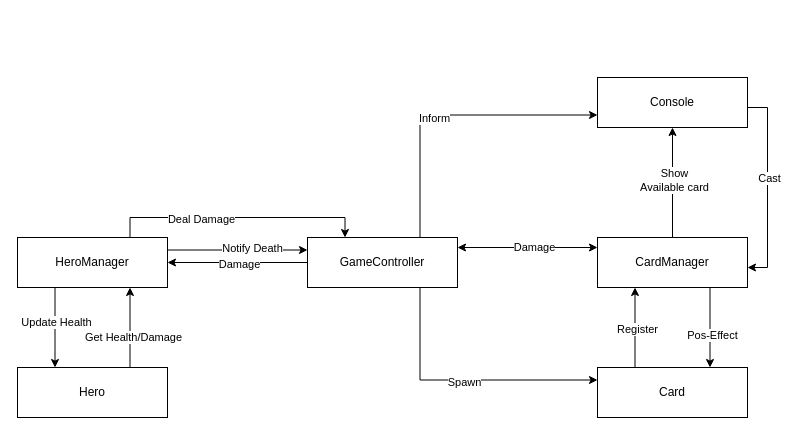
letrunghaulosta/HealthStone keeps this draw.io diagram as page "Component Diagram" (1 of 4) of HealthStone.drawio. Above is the earlier version. Source tidied: cells renumbered, new cells numbered last; positions are measured from the earlier drawing's top-left corner, leaving out a move shared by most shapes. Both pictures are drawn from the tidied source at 100%, with x=0, y=0 at pixel (17, 77).
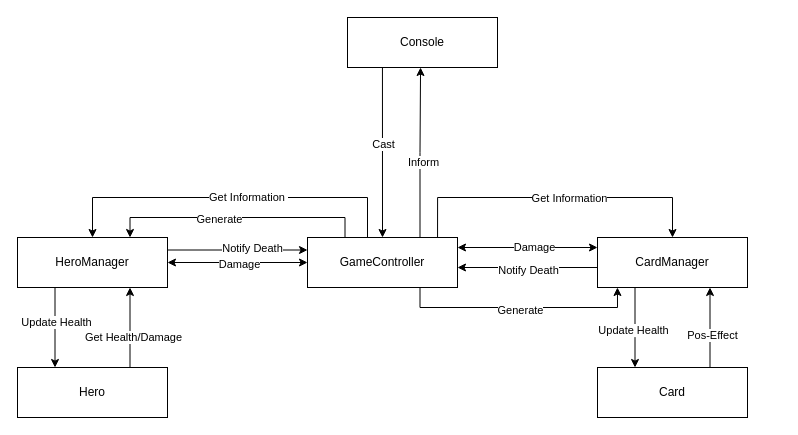
After the change.

Unchanged cells that the change refers to:
```xml
<mxCell id="8" value="GameController" style="rounded=0;whiteSpace=wrap;html=1;" parent="1" vertex="1">
  <mxGeometry x="290" y="160" width="150" height="50" as="geometry" />
</mxCell>
<mxCell id="14" value="Card" style="rounded=0;whiteSpace=wrap;html=1;" parent="1" vertex="1">
  <mxGeometry x="580" y="290" width="150" height="50" as="geometry" />
</mxCell>
<mxCell id="22" value="CardManager" style="rounded=0;whiteSpace=wrap;html=1;" parent="1" vertex="1">
  <mxGeometry x="580" y="160" width="150" height="50" as="geometry" />
</mxCell>
<mxCell id="29" value="HeroManager" style="rounded=0;whiteSpace=wrap;html=1;" parent="1" vertex="1">
  <mxGeometry y="160" width="150" height="50" as="geometry" />
</mxCell>
```

Change to the diagram source:
```diff
@@
-    <mxCell id="2" style="edgeStyle=orthogonalEdgeStyle;rounded=0;jettySize=auto;html=1;exitX=0;exitY=0.5;exitDx=0;exitDy=0;entryX=1;entryY=0.5;entryDx=0;entryDy=0;" parent="1" edge="1" source="8" target="29">
+    <mxCell id="2" style="edgeStyle=orthogonalEdgeStyle;rounded=0;jettySize=auto;html=1;exitX=0;exitY=0.5;exitDx=0;exitDy=0;entryX=1;entryY=0.5;entryDx=0;entryDy=0;startArrow=classic;startFill=1;" parent="1" edge="1" source="8" target="29">
       <mxGeometry relative="1" as="geometry" />
     </mxCell>
@@
-    <mxCell id="4" style="edgeStyle=orthogonalEdgeStyle;rounded=0;jettySize=auto;html=1;exitX=0.75;exitY=1;exitDx=0;exitDy=0;entryX=0;entryY=0.25;entryDx=0;entryDy=0;" parent="1" edge="1" source="8" target="14">
+    <mxCell id="4" style="edgeStyle=orthogonalEdgeStyle;rounded=0;jettySize=auto;html=1;exitX=0.75;exitY=1;exitDx=0;exitDy=0;entryX=0.133;entryY=1;entryDx=0;entryDy=0;entryPerimeter=0;" parent="1" edge="1" source="8" target="22">
       <mxGeometry relative="1" as="geometry" />
     </mxCell>
-    <mxCell id="5" value="Spawn" style="edgeLabel;html=1;align=center;verticalAlign=middle;" parent="4" vertex="1">
+    <mxCell id="5" value="Generate" style="edgeLabel;html=1;align=center;verticalAlign=middle;" parent="4" vertex="1">
       <mxGeometry y="-1" relative="1" as="geometry">
         <mxPoint x="1" y="1" as="offset" />
       </mxGeometry>
     </mxCell>
-    <mxCell id="6" style="edgeStyle=orthogonalEdgeStyle;rounded=0;jettySize=auto;html=1;exitX=0.75;exitY=0;exitDx=0;exitDy=0;entryX=0;entryY=0.75;entryDx=0;entryDy=0;" parent="1" edge="1" source="8" target="17">
-      <mxGeometry relative="1" as="geometry" />
+    <mxCell id="6" style="edgeStyle=orthogonalEdgeStyle;rounded=0;jettySize=auto;html=1;exitX=0.75;exitY=0;exitDx=0;exitDy=0;entryX=0.487;entryY=1;entryDx=0;entryDy=0;entryPerimeter=0;" parent="1" edge="1" source="8" target="17">
+      <mxGeometry relative="1" as="geometry">
+        <Array as="points">
+          <mxPoint x="403" y="75" />
+          <mxPoint x="403" y="75" />
+        </Array>
+      </mxGeometry>
     </mxCell>
@@
-    <mxCell id="12" style="edgeStyle=orthogonalEdgeStyle;rounded=0;jettySize=auto;html=1;exitX=0.25;exitY=0;exitDx=0;exitDy=0;entryX=0.25;entryY=1;entryDx=0;entryDy=0;" parent="1" edge="1" source="14" target="22">
-      <mxGeometry relative="1" as="geometry" />
-    </mxCell>
-    <mxCell id="13" value="Register" style="edgeLabel;html=1;align=center;verticalAlign=middle;" parent="12" vertex="1">
-      <mxGeometry x="-0.03" y="-2" relative="1" as="geometry" />
-    </mxCell>
@@
-    <mxCell id="15" style="edgeStyle=orthogonalEdgeStyle;rounded=0;jettySize=auto;html=1;entryX=1;entryY=0.6;entryDx=0;entryDy=0;exitX=1;exitY=0.6;exitDx=0;exitDy=0;exitPerimeter=0;entryPerimeter=0;" parent="1" edge="1" source="17" target="22">
-      <mxGeometry relative="1" as="geometry">
-        <Array as="points">
-          <mxPoint x="750" y="30" />
-          <mxPoint x="750" y="190" />
-        </Array>
-      </mxGeometry>
+    <mxCell id="15" style="edgeStyle=orthogonalEdgeStyle;rounded=0;jettySize=auto;html=1;exitX=0.233;exitY=1;exitDx=0;exitDy=0;exitPerimeter=0;entryX=0.5;entryY=0;entryDx=0;entryDy=0;entryPerimeter=0;" parent="1" edge="1" source="17" target="8">
+      <mxGeometry relative="1" as="geometry" />
     </mxCell>
@@
     <mxCell id="17" value="Console" style="rounded=0;whiteSpace=wrap;html=1;" parent="1" vertex="1">
-      <mxGeometry x="580" width="150" height="50" as="geometry" />
+      <mxGeometry x="330" y="-60" width="150" height="50" as="geometry" />
     </mxCell>
-    <mxCell id="18" style="edgeStyle=orthogonalEdgeStyle;rounded=0;jettySize=auto;html=1;exitX=0.5;exitY=0;exitDx=0;exitDy=0;entryX=0.5;entryY=1;entryDx=0;entryDy=0;" parent="1" edge="1" source="22" target="17">
-      <mxGeometry relative="1" as="geometry" />
+    <mxCell id="18" style="edgeStyle=orthogonalEdgeStyle;rounded=0;jettySize=auto;html=1;exitX=0.5;exitY=0;exitDx=0;exitDy=0;entryX=0.867;entryY=0;entryDx=0;entryDy=0;entryPerimeter=0;endArrow=none;endFill=0;startArrow=classic;startFill=1;" parent="1" edge="1" source="22" target="8">
+      <mxGeometry relative="1" as="geometry">
+        <Array as="points">
+          <mxPoint x="655" y="120" />
+          <mxPoint x="420" y="120" />
+        </Array>
+      </mxGeometry>
     </mxCell>
-    <mxCell id="19" value="Show&lt;br&gt;Available card" style="edgeLabel;html=1;align=center;verticalAlign=middle;" parent="18" vertex="1">
-      <mxGeometry x="0.06" y="-1" relative="1" as="geometry" />
+    <mxCell id="19" value="Get Information" style="edgeLabel;html=1;align=center;verticalAlign=middle;" parent="18" vertex="1">
+      <mxGeometry x="0.06" y="-1" relative="1" as="geometry">
+        <mxPoint x="23" y="1" as="offset" />
+      </mxGeometry>
     </mxCell>
-    <mxCell id="20" style="edgeStyle=orthogonalEdgeStyle;rounded=0;jettySize=auto;html=1;exitX=0.75;exitY=1;exitDx=0;exitDy=0;entryX=0.75;entryY=0;entryDx=0;entryDy=0;" parent="1" edge="1" source="22" target="14">
+    <mxCell id="20" style="edgeStyle=orthogonalEdgeStyle;rounded=0;jettySize=auto;html=1;exitX=0.75;exitY=1;exitDx=0;exitDy=0;entryX=0.75;entryY=0;entryDx=0;entryDy=0;startArrow=classic;startFill=1;endArrow=none;endFill=0;" parent="1" edge="1" source="22" target="14">
       <mxGeometry relative="1" as="geometry" />
     </mxCell>
@@
+    <mxCell id="32" style="edgeStyle=orthogonalEdgeStyle;rounded=0;jettySize=auto;html=1;exitX=0.25;exitY=1;exitDx=0;exitDy=0;entryX=0.25;entryY=0;entryDx=0;entryDy=0;" parent="1" edge="1" source="22" target="14">
+      <mxGeometry relative="1" as="geometry">
+        <Array as="points">
+          <mxPoint x="618" y="260" />
+          <mxPoint x="618" y="260" />
+        </Array>
+      </mxGeometry>
+    </mxCell>
+    <mxCell id="33" value="Update Health" style="edgeLabel;html=1;align=center;verticalAlign=middle;" parent="32" vertex="1">
+      <mxGeometry x="0.04" y="-2" relative="1" as="geometry" />
+    </mxCell>
@@
-    <mxCell id="27" style="edgeStyle=orthogonalEdgeStyle;rounded=0;jettySize=auto;html=1;exitX=0.75;exitY=0;exitDx=0;exitDy=0;entryX=0.25;entryY=0;entryDx=0;entryDy=0;" parent="1" edge="1" source="29" target="8">
+    <mxCell id="27" style="edgeStyle=orthogonalEdgeStyle;rounded=0;jettySize=auto;html=1;exitX=0.75;exitY=0;exitDx=0;exitDy=0;entryX=0.25;entryY=0;entryDx=0;entryDy=0;startArrow=classic;startFill=1;endArrow=none;endFill=0;" parent="1" edge="1" source="29" target="8">
       <mxGeometry relative="1" as="geometry">
         <Array as="points">
           <mxPoint x="113" y="140" />
           <mxPoint x="328" y="140" />
         </Array>
       </mxGeometry>
     </mxCell>
-    <mxCell id="28" value="Deal Damage" style="edgeLabel;html=1;align=center;verticalAlign=middle;" parent="27" vertex="1">
-      <mxGeometry x="-0.29" y="-1" relative="1" as="geometry" />
+    <mxCell id="28" value="Generate" style="edgeLabel;html=1;align=center;verticalAlign=middle;" parent="27" vertex="1">
+      <mxGeometry x="-0.29" y="-1" relative="1" as="geometry">
+        <mxPoint x="18" as="offset" />
+      </mxGeometry>
     </mxCell>
+    <mxCell id="34" style="edgeStyle=orthogonalEdgeStyle;rounded=0;jettySize=auto;html=1;exitX=0.5;exitY=0;exitDx=0;exitDy=0;entryX=0.4;entryY=0;entryDx=0;entryDy=0;entryPerimeter=0;endArrow=none;endFill=0;startArrow=classic;startFill=1;" parent="1" edge="1" source="29" target="8">
+      <mxGeometry relative="1" as="geometry">
+        <Array as="points">
+          <mxPoint x="75" y="120" />
+          <mxPoint x="350" y="120" />
+        </Array>
+      </mxGeometry>
+    </mxCell>
+    <mxCell id="35" value="Get Information&amp;nbsp;" style="edgeLabel;html=1;align=center;verticalAlign=middle;" parent="34" vertex="1">
+      <mxGeometry x="0.1" y="1" relative="1" as="geometry" />
+    </mxCell>
@@
+    <mxCell id="36" style="endArrow=none;html=1;rounded=0;entryX=0;entryY=0.6;entryDx=0;entryDy=0;entryPerimeter=0;exitX=1;exitY=0.6;exitDx=0;exitDy=0;exitPerimeter=0;startArrow=classic;startFill=1;endFill=0;" parent="1" edge="1" source="8" target="22">
+      <mxGeometry relative="1" as="geometry" />
+    </mxCell>
+    <mxCell id="37" value="Notify Death" style="edgeLabel;html=1;align=center;verticalAlign=middle;" parent="36" vertex="1">
+      <mxGeometry x="0.23" y="-2" relative="1" as="geometry">
+        <mxPoint x="-16" as="offset" />
+      </mxGeometry>
+    </mxCell>
```
